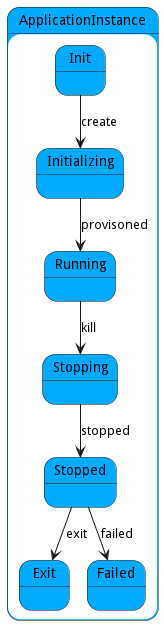
This is docs/sabr/aml/am/models/applicationinstance/statenet.png from madajaju/sabr, a PlantUML export, as it was before one commit.
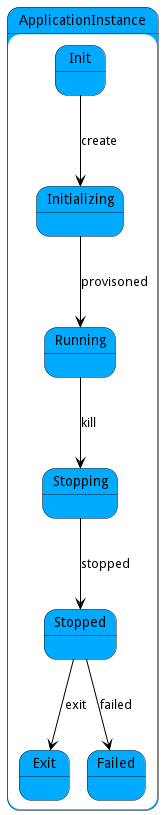
The same file after the commit.

Diff of the diagram source:
```diff
@@ -25,22 +25,22 @@
     state Failed #00aaff {
     }
 
+
+
+
+Init -[#black]--> Initializing : create
+
+Initializing -[#black]--> Running : provisoned
+
+Running -[#black]--> Stopping : kill
+
+Stopping -[#black]--> Stopped : stopped
+
+Stopped -[#black]--> Exit : exit
+
+Stopped -[#black]--> Failed : failed
+
 }
 
 
-Init --> Initializing : create
-
-Initializing --> Running : provisoned
-
-Running --> Stopping : kill
-
-Stopping --> Stopped : stopped
-
-Stopped --> Exit : exit
-
-Stopped --> Failed : failed
-
-
-
-
 @enduml
```
